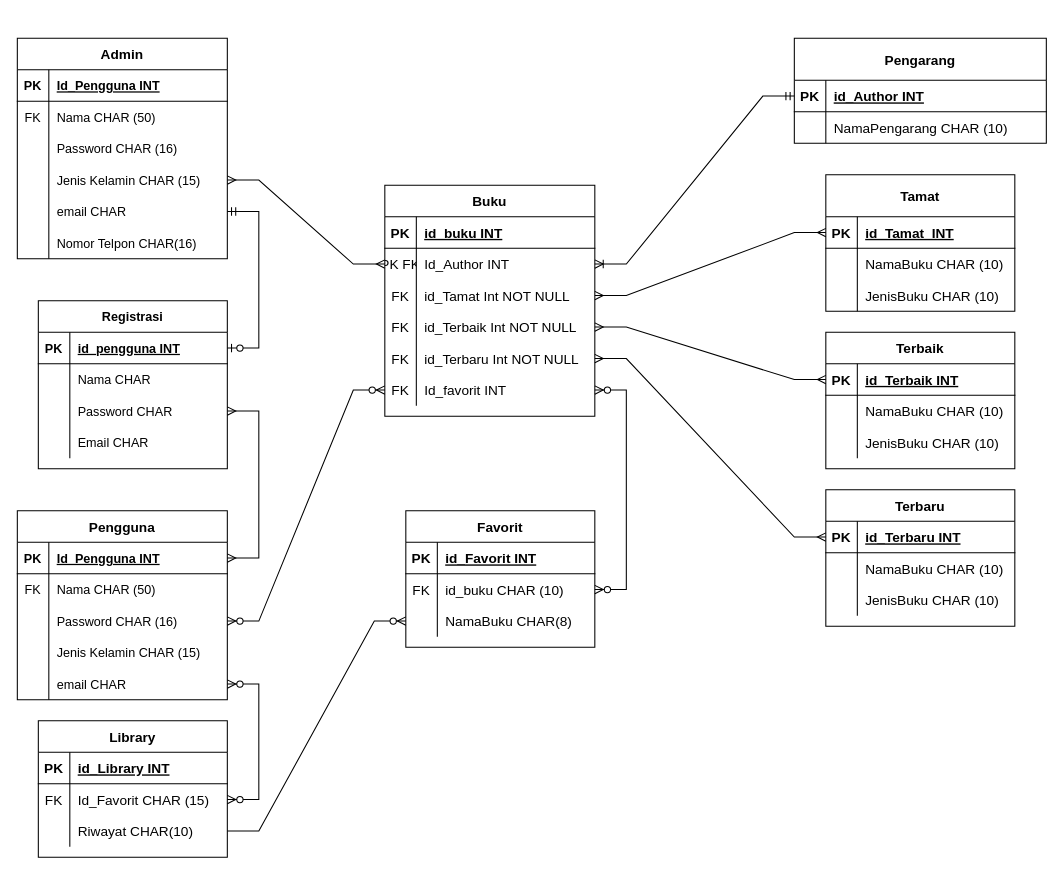
This is Pertemuan5/pertemuan5-erd.drawio from Nurrohman10/IF214002-2, a draw.io file, before an edit. Source tidied: cells renumbered, new cells numbered last; positions are measured from the earlier drawing's top-left corner, leaving out a move shared by most shapes. Both pictures are drawn from the tidied source at 105%, with x=0, y=0 at pixel (17, 38).
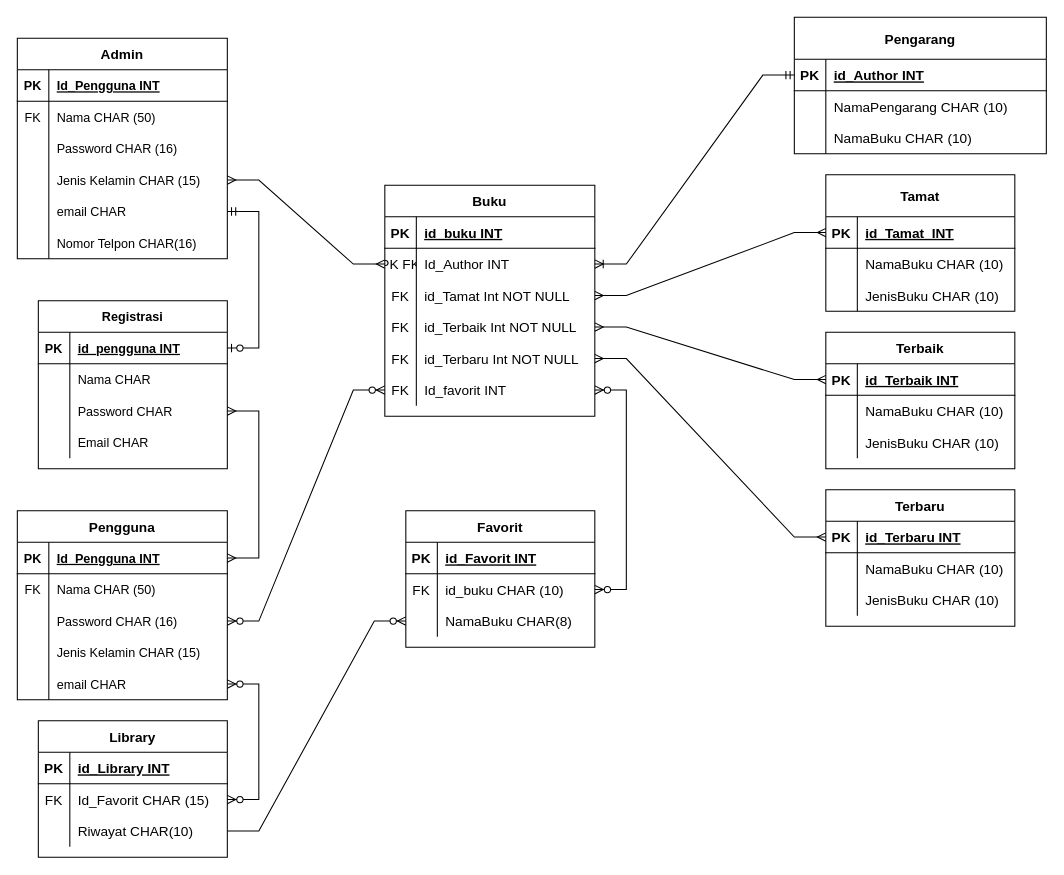
The same diagram, later.

The edit, as a diff of the source:
```diff
@@
     <mxCell id="90" value="Pengarang" style="shape=table;startSize=40;childLayout=tableLayout;rowLines=0;fontStyle=1;align=center;fontSize=13;" parent="1" vertex="1">
-      <mxGeometry x="740" width="240" height="100" as="geometry" />
+      <mxGeometry x="740" y="-20" width="240" height="130" as="geometry" />
     </mxCell>
@@
+    <mxCell id="137" style="shape=tableRow;horizontal=0;startSize=0;swimlaneHead=0;swimlaneBody=0;fillColor=none;top=0;left=0;right=0;bottom=0;fontSize=13;" parent="90" vertex="1">
+      <mxGeometry y="100" width="240" height="30" as="geometry" />
+    </mxCell>
+    <mxCell id="138" style="shape=partialRectangle;fillColor=none;top=0;left=0;bottom=0;right=0;overflow=hidden;fontSize=13;" parent="137" vertex="1">
+      <mxGeometry width="30" height="30" as="geometry" />
+    </mxCell>
+    <mxCell id="139" value="NamaBuku CHAR (10)" style="shape=partialRectangle;fillColor=none;top=0;left=0;bottom=0;right=0;align=left;spacingLeft=6;overflow=hidden;fontSize=13;" parent="137" vertex="1">
+      <mxGeometry x="30" width="210" height="30" as="geometry" />
+    </mxCell>
```
